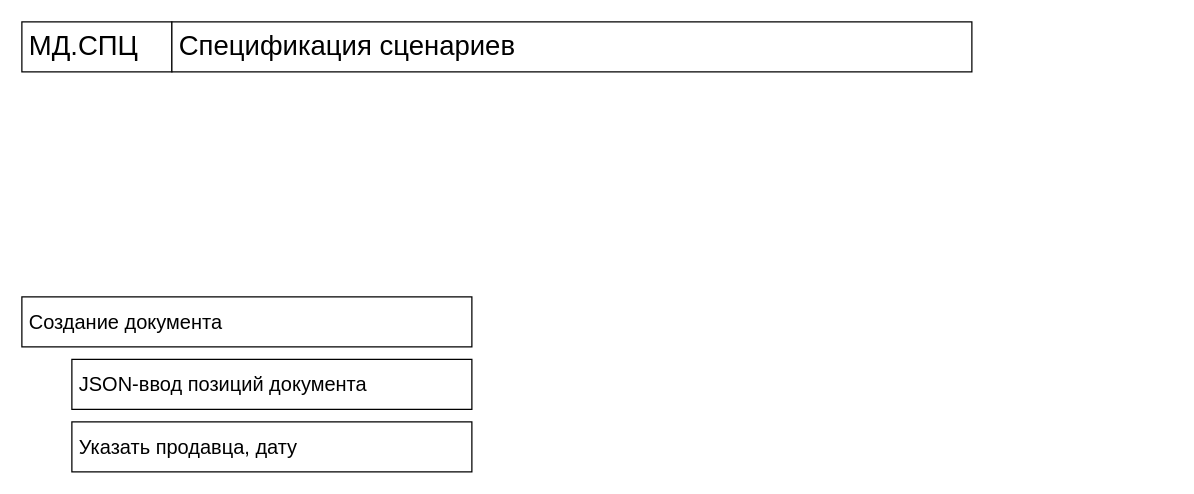
The draw.io diagram page "Сценарии.СПЦ" (4 of 7) of doc/main.drawio in aleshin-roman-nk/DrCostCSV, before the edit. Source tidied: cells renumbered, new cells numbered last; positions are measured from the earlier drawing's top-left corner, leaving out a move shared by most shapes. Both pictures are drawn from the tidied source at 125%, with x=0, y=0 at pixel (21, 21).
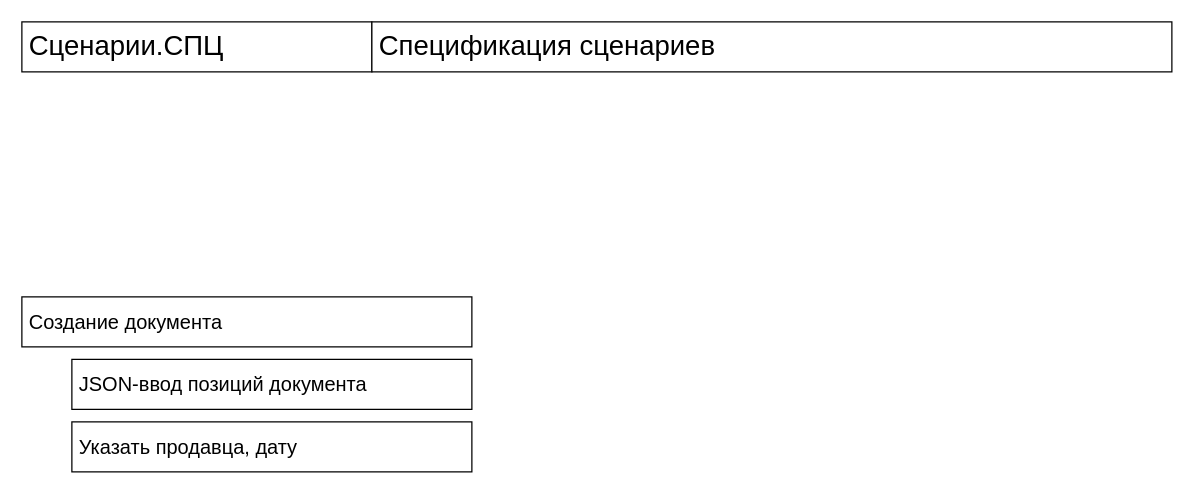
The same diagram, later.

Diff of the diagram source:
```diff
@@
 <mxGraphModel>
   <root>
     <mxCell id="0" />
     <mxCell id="1" parent="0" />
-    <mxCell id="2" value="МД.СПЦ" style="rounded=0;whiteSpace=wrap;html=1;fontSize=22;spacingLeft=4;spacingBottom=4;spacingRight=4;spacingTop=4;align=left;" parent="1" vertex="1">
-      <mxGeometry width="120" height="40" as="geometry" />
+    <mxCell id="2" value="Сценарии.СПЦ" style="rounded=0;whiteSpace=wrap;html=1;fontSize=22;spacingLeft=4;spacingBottom=4;spacingRight=4;spacingTop=4;align=left;" parent="1" vertex="1">
+      <mxGeometry width="280" height="40" as="geometry" />
     </mxCell>
     <mxCell id="3" value="Спецификация сценариев" style="rounded=0;whiteSpace=wrap;html=1;fontSize=22;spacingLeft=4;spacingBottom=4;spacingRight=4;spacingTop=4;align=left;" parent="1" vertex="1">
-      <mxGeometry x="120" width="640" height="40" as="geometry" />
+      <mxGeometry x="280" width="640" height="40" as="geometry" />
     </mxCell>
     <mxCell id="4" value="Создание документа" style="rounded=0;whiteSpace=wrap;html=1;fontSize=16;spacingLeft=4;spacingBottom=4;spacingRight=4;spacingTop=4;align=left;" parent="1" vertex="1">
       <mxGeometry y="220" width="360" height="40" as="geometry" />
     </mxCell>
     <mxCell id="5" value="JSON-ввод позиций документа" style="rounded=0;whiteSpace=wrap;html=1;fontSize=16;spacingLeft=4;spacingBottom=4;spacingRight=4;spacingTop=4;align=left;" parent="1" vertex="1">
       <mxGeometry x="40" y="270" width="320" height="40" as="geometry" />
     </mxCell>
     <mxCell id="6" value="Указать продавца, дату" style="rounded=0;whiteSpace=wrap;html=1;fontSize=16;spacingLeft=4;spacingBottom=4;spacingRight=4;spacingTop=4;align=left;" parent="1" vertex="1">
       <mxGeometry x="40" y="320" width="320" height="40" as="geometry" />
     </mxCell>
   </root>
 </mxGraphModel>
```
